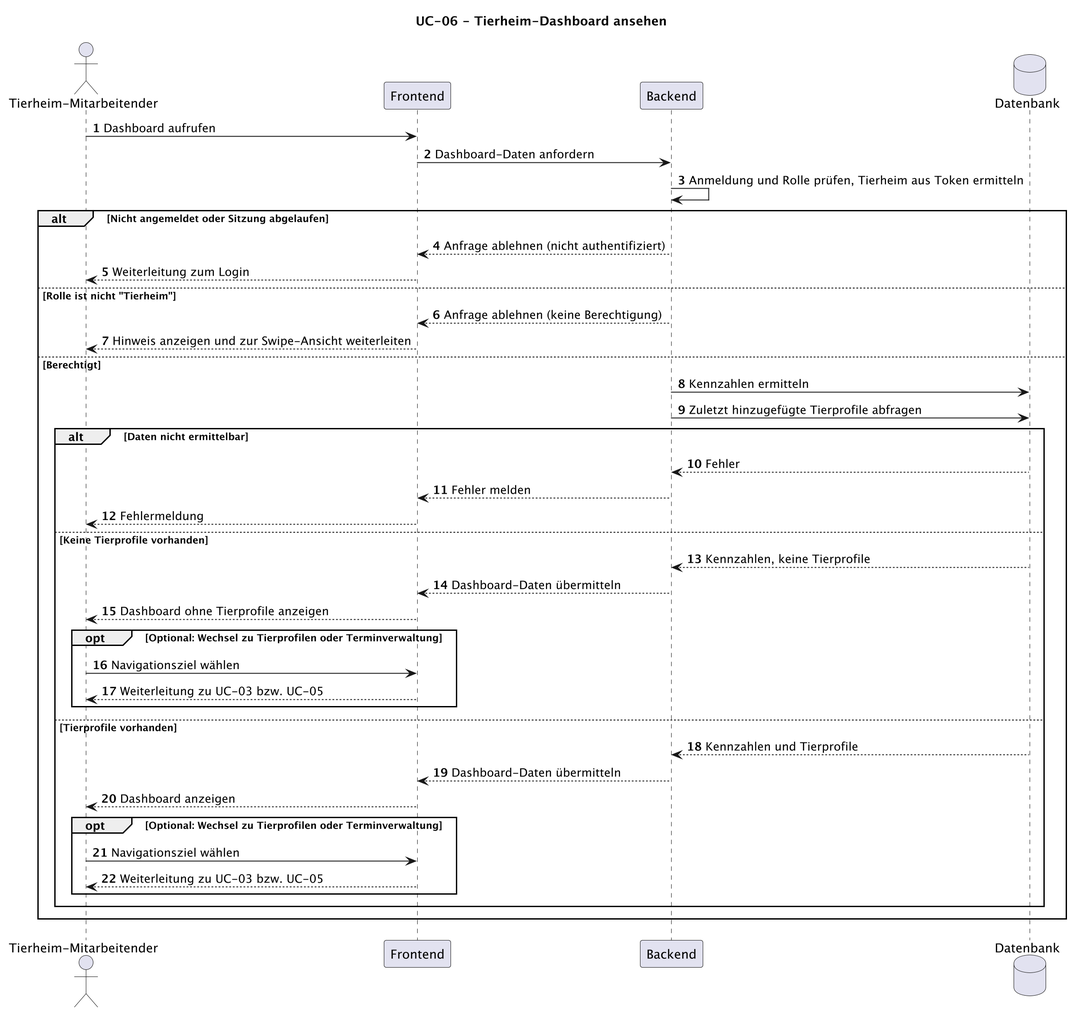
The PlantUML diagram docs/diagrams/UC-06_sequence.png in ImConsti/CoupleGOATS, before a commit. Its source is kept beside it as docs/diagrams/UC-06_sequence.puml.
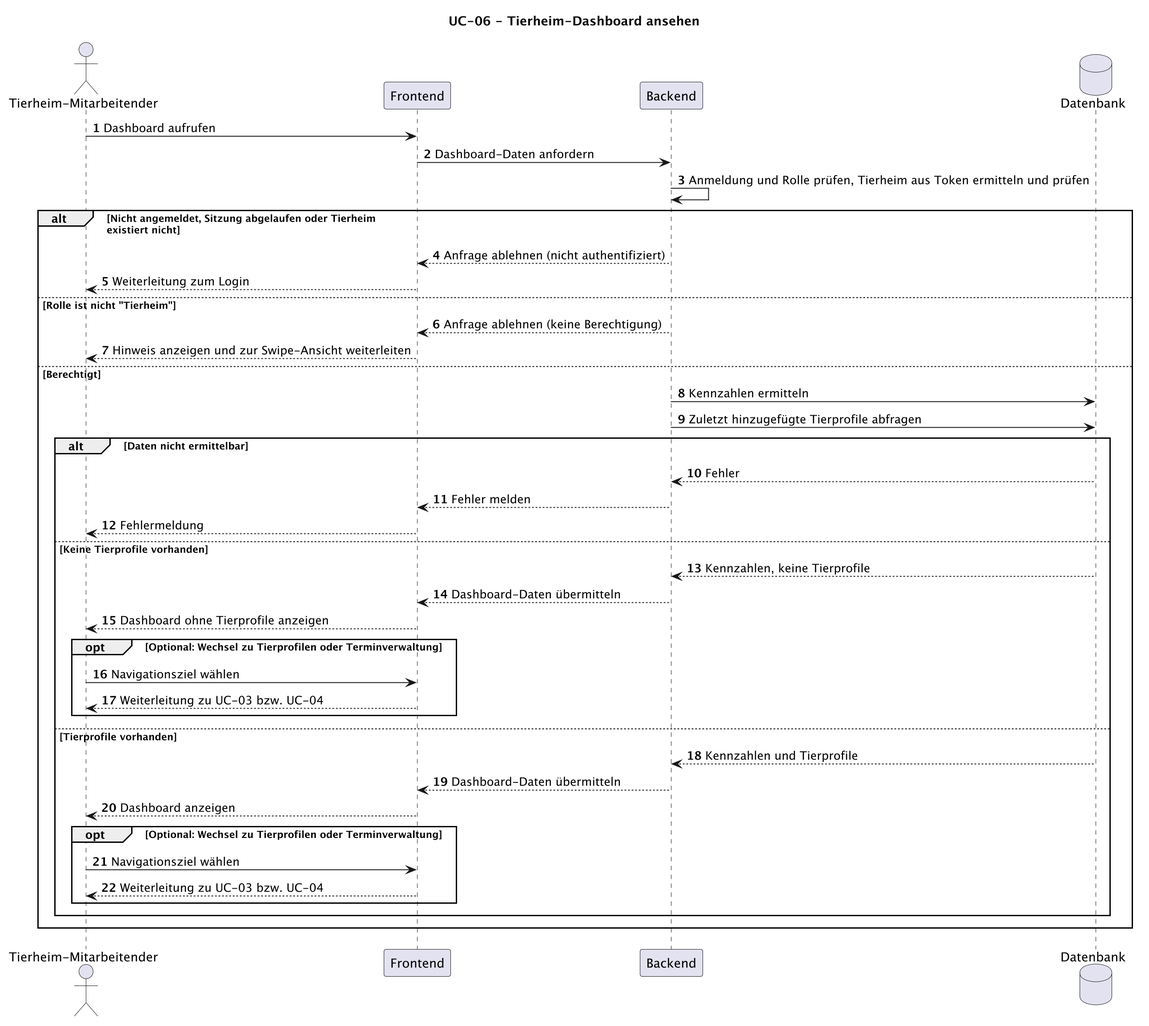
After the commit.

Commit message:
Add activity diagram, UCR and sequence diagram for UC-06

Change to the diagram source:
```diff
@@ -10,9 +10,9 @@
 
 User -> FE: Dashboard aufrufen
 FE -> BE: Dashboard-Daten anfordern
-BE -> BE: Anmeldung und Rolle prüfen, Tierheim aus Token ermitteln
+BE -> BE: Anmeldung und Rolle prüfen, Tierheim aus Token ermitteln und prüfen
 
-alt Nicht angemeldet oder Sitzung abgelaufen
+alt Nicht angemeldet, Sitzung abgelaufen oder Tierheim \nexistiert nicht
     BE --> FE: Anfrage ablehnen (nicht authentifiziert)
     FE --> User: Weiterleitung zum Login
 
@@ -35,7 +35,7 @@
         FE --> User: Dashboard ohne Tierprofile anzeigen
         opt Optional: Wechsel zu Tierprofilen oder Terminverwaltung
                     User -> FE: Navigationsziel wählen
-                    FE --> User: Weiterleitung zu UC-03 bzw. UC-05
+                    FE --> User: Weiterleitung zu UC-03 bzw. UC-04
         end
 
     else Tierprofile vorhanden
@@ -44,7 +44,7 @@
         FE --> User: Dashboard anzeigen
         opt Optional: Wechsel zu Tierprofilen oder Terminverwaltung
             User -> FE: Navigationsziel wählen
-            FE --> User: Weiterleitung zu UC-03 bzw. UC-05
+            FE --> User: Weiterleitung zu UC-03 bzw. UC-04
     end
 end
 
```
